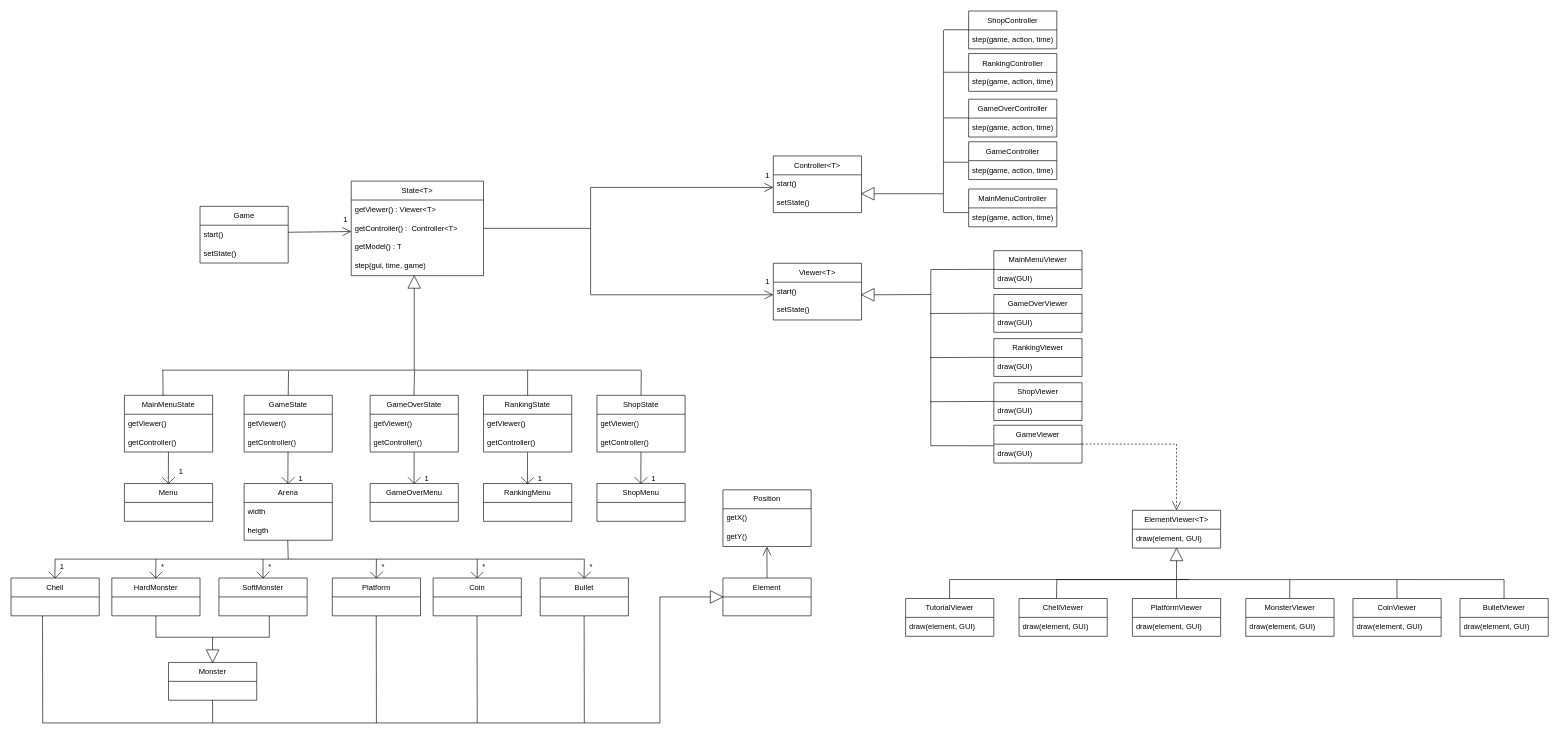
The draw.io diagram docs/classUML.drawio in AntonioAbilio/ShellShift-LDTS, before the edit. Source tidied: cells renumbered, new cells numbered last; positions are measured from the earlier drawing's top-left corner, leaving out a move shared by most shapes. Both pictures are drawn from the tidied source at 63%, with x=0, y=0 at pixel (11, 11).
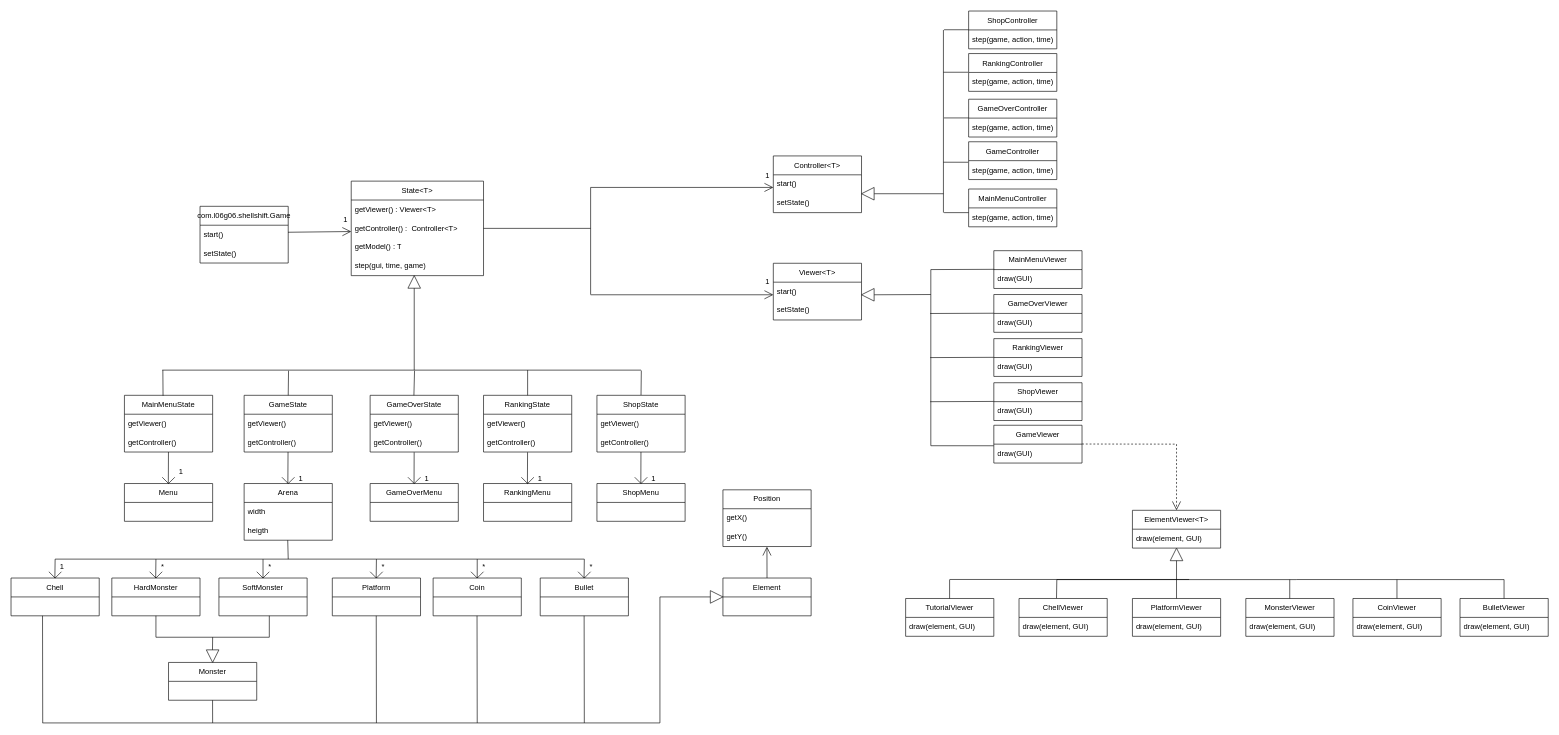
Above is the later version.

Change to the diagram source:
```diff
@@
-    <mxCell id="37" value="Game" style="swimlane;fontStyle=0;horizontal=1;startSize=30;whiteSpace=wrap;html=1;" parent="1" vertex="1">
+    <mxCell id="37" value="com.l06g06.shellshift.Game" style="swimlane;fontStyle=0;horizontal=1;startSize=30;whiteSpace=wrap;html=1;" parent="1" vertex="1">
       <mxGeometry x="300" y="310" width="140" height="90" as="geometry" />
     </mxCell>
```
